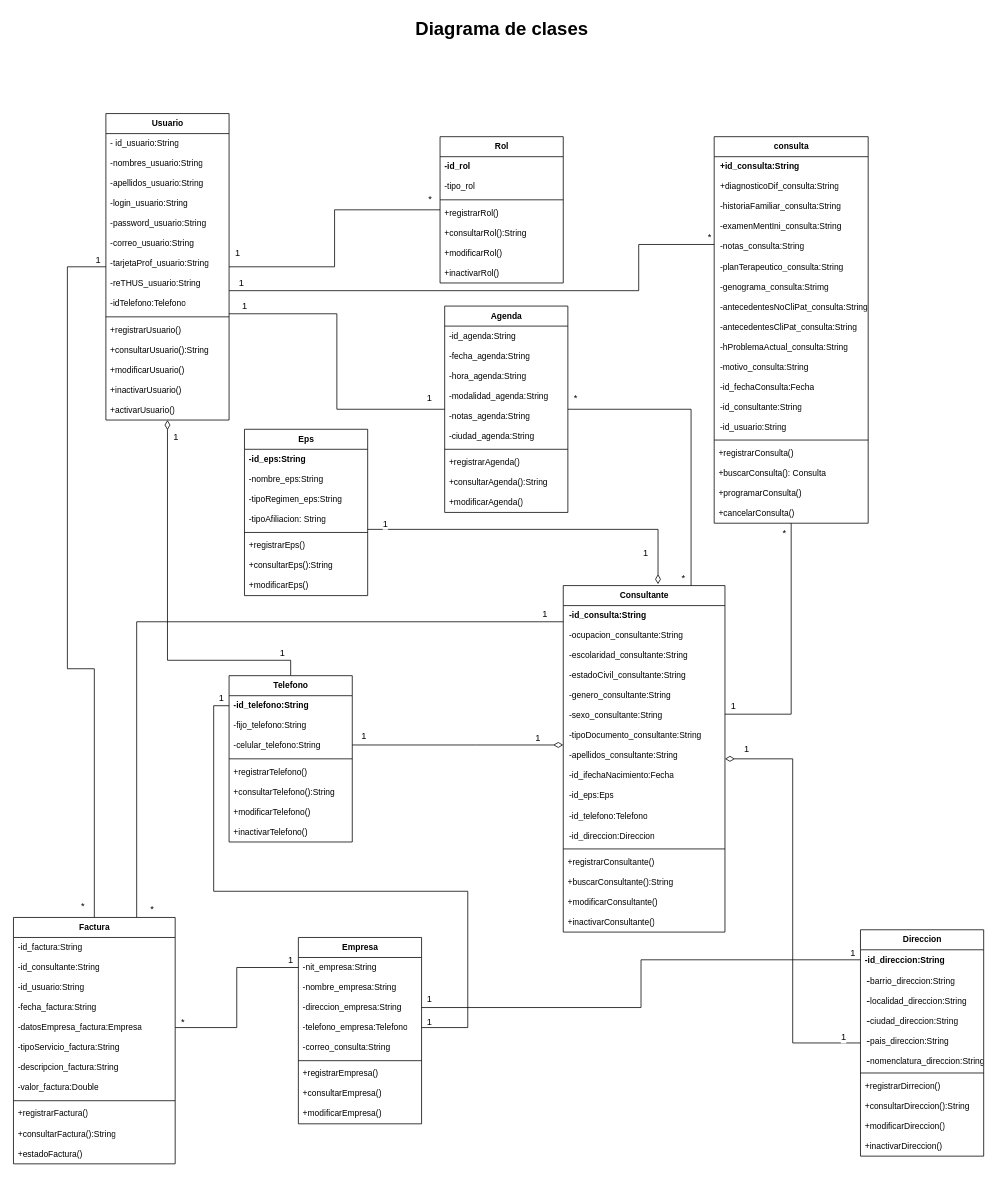
This is page "D. de Clases" (3 of 8) of Diagramas/Untitled Diagram.drawio from barloff2/Diagramas, a draw.io file, before an edit. Source tidied: cells renumbered, new cells numbered last; positions are measured from the earlier drawing's top-left corner, leaving out a move shared by most shapes. Both pictures are drawn from the tidied source at 77%, with x=0, y=0 at pixel (13, 13).
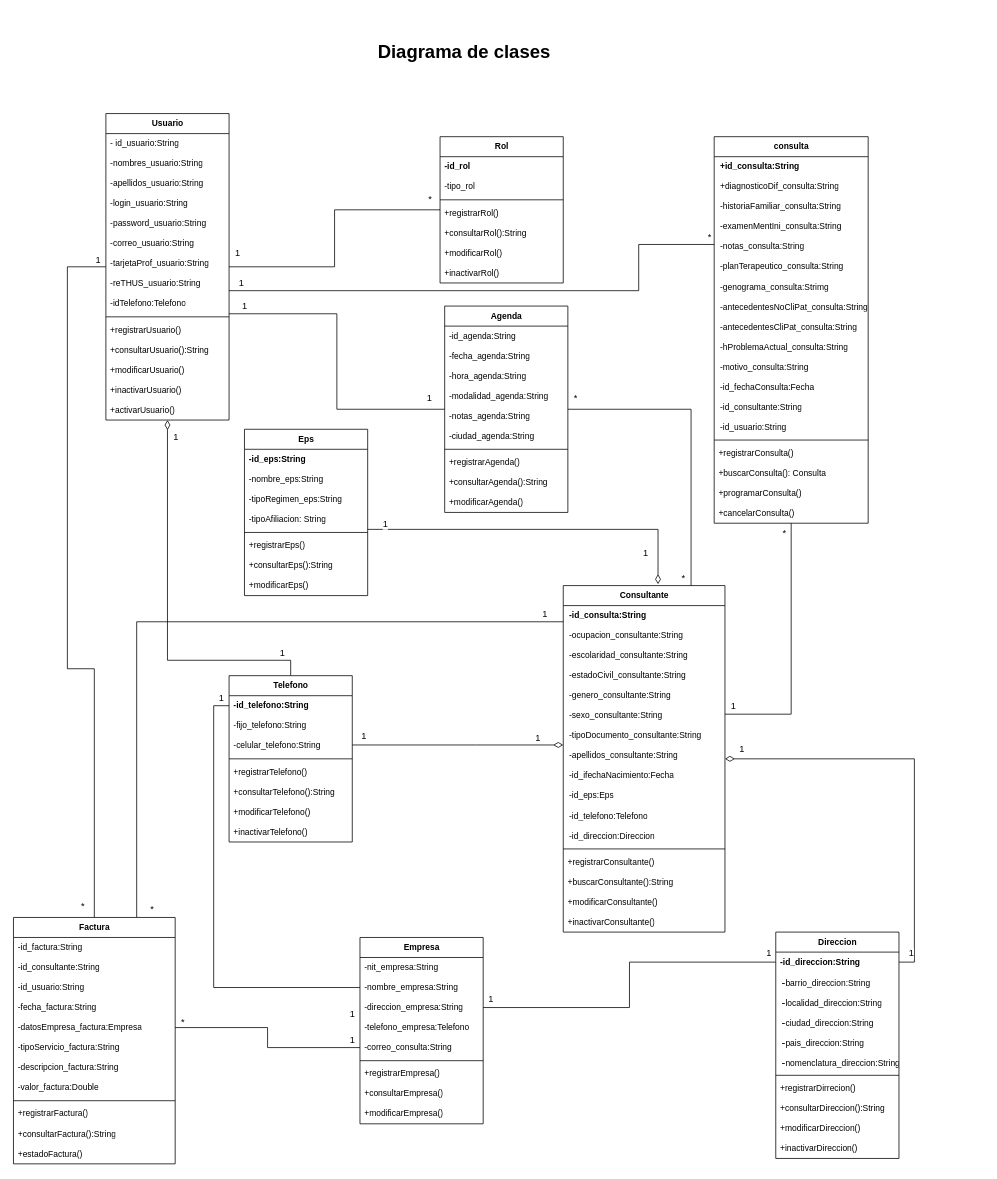
The same page after the edit.

The change refers to these unchanged cells:
```xml
<mxCell id="59" value="Consultante" style="swimlane;fontStyle=1;align=center;verticalAlign=top;horizontal=1;startSize=26;fontSize=11;html=1;" parent="1" vertex="1">
  <mxGeometry x="714" y="743" width="210" height="450" as="geometry" />
</mxCell>
<mxCell id="78" value="&lt;b&gt;-id_direccion:String&lt;/b&gt;" style="text;strokeColor=none;fillColor=none;align=left;verticalAlign=top;spacingLeft=4;spacingRight=4;overflow=hidden;points=[[0,0.5],[1,0.5]];portConstraint=eastwest;fontSize=11;html=1;" parent="77" vertex="1">
  <mxGeometry y="26" width="160" height="26" as="geometry" />
</mxCell>
<mxCell id="127" value="-datosEmpresa_factura:Empresa" style="text;strokeColor=none;fillColor=none;align=left;verticalAlign=top;spacingLeft=4;spacingRight=4;overflow=hidden;points=[[0,0.5],[1,0.5]];portConstraint=eastwest;fontSize=11;html=1;" parent="122" vertex="1">
  <mxGeometry y="130" width="210" height="26" as="geometry" />
</mxCell>
<mxCell id="136" value="-nit_empresa:String" style="text;strokeColor=none;fillColor=none;align=left;verticalAlign=top;spacingLeft=4;spacingRight=4;overflow=hidden;points=[[0,0.5],[1,0.5]];portConstraint=eastwest;fontSize=11;html=1;" parent="135" vertex="1">
  <mxGeometry y="26" width="160" height="26" as="geometry" />
</mxCell>
<mxCell id="137" value="-nombre_empresa:String" style="text;strokeColor=none;fillColor=none;align=left;verticalAlign=top;spacingLeft=4;spacingRight=4;overflow=hidden;points=[[0,0.5],[1,0.5]];portConstraint=eastwest;fontSize=11;html=1;" parent="135" vertex="1">
  <mxGeometry y="52" width="160" height="26" as="geometry" />
</mxCell>
<mxCell id="139" value="-telefono_empresa:Telefono" style="text;strokeColor=none;fillColor=none;align=left;verticalAlign=top;spacingLeft=4;spacingRight=4;overflow=hidden;points=[[0,0.5],[1,0.5]];portConstraint=eastwest;fontSize=11;html=1;" parent="135" vertex="1">
  <mxGeometry y="104" width="160" height="26" as="geometry" />
</mxCell>
<mxCell id="140" value="-correo_consulta:String" style="text;strokeColor=none;fillColor=none;align=left;verticalAlign=top;spacingLeft=4;spacingRight=4;overflow=hidden;points=[[0,0.5],[1,0.5]];portConstraint=eastwest;fontSize=11;html=1;" parent="135" vertex="1">
  <mxGeometry y="130" width="160" height="26" as="geometry" />
</mxCell>
<mxCell id="149" value="&lt;b&gt;-id_telefono:String&lt;/b&gt;" style="text;strokeColor=none;fillColor=none;align=left;verticalAlign=top;spacingLeft=4;spacingRight=4;overflow=hidden;points=[[0,0.5],[1,0.5]];portConstraint=eastwest;fontSize=11;html=1;" parent="148" vertex="1">
  <mxGeometry y="26" width="160" height="26" as="geometry" />
</mxCell>
```

What changed in the source:
```diff
@@
     <mxCell id="77" value="Direccion" style="swimlane;fontStyle=1;align=center;verticalAlign=top;horizontal=1;startSize=26;fontSize=11;html=1;" parent="1" vertex="1">
-      <mxGeometry x="1100" y="1190" width="160" height="294" as="geometry" />
+      <mxGeometry x="990" y="1193" width="160" height="294" as="geometry" />
     </mxCell>
@@
-    <mxCell id="104" style="edgeStyle=orthogonalEdgeStyle;rounded=0;jettySize=auto;html=1;endArrow=diamondThin;endFill=0;strokeWidth=1;endSize=10;startSize=10;" parent="1" edge="1" source="77" target="59">
+    <mxCell id="104" style="edgeStyle=orthogonalEdgeStyle;rounded=0;jettySize=auto;html=1;endArrow=diamondThin;endFill=0;strokeWidth=1;endSize=10;startSize=10;exitX=1;exitY=0.5;exitDx=0;exitDy=0;entryX=1;entryY=0.5;entryDx=0;entryDy=0;" parent="1" edge="1" source="78" target="59">
       <mxGeometry relative="1" as="geometry" />
     </mxCell>
@@
     <mxCell id="106" value="1" style="edgeLabel;html=1;align=center;verticalAlign=middle;fontSize=12;" parent="104" vertex="1">
       <mxGeometry x="0.9" y="1" relative="1" as="geometry">
-        <mxPoint y="-14" as="offset" />
+        <mxPoint x="-5" y="-14" as="offset" />
       </mxGeometry>
     </mxCell>
     <mxCell id="107" value="Diagrama de clases" style="text;strokeColor=none;fillColor=none;html=1;fontSize=24;fontStyle=1;verticalAlign=middle;align=center;" parent="1" vertex="1">
-      <mxGeometry x="504" width="260" height="40" as="geometry" />
+      <mxGeometry x="455" y="30" width="260" height="40" as="geometry" />
     </mxCell>
@@
     <mxCell id="135" value="Empresa" style="swimlane;fontStyle=1;align=center;verticalAlign=top;horizontal=1;startSize=26;fontSize=11;html=1;" parent="1" vertex="1">
-      <mxGeometry x="370" y="1200" width="160" height="242" as="geometry" />
+      <mxGeometry x="450" y="1200" width="160" height="242" as="geometry" />
     </mxCell>
@@
-    <mxCell id="146" style="edgeStyle=orthogonalEdgeStyle;rounded=0;jettySize=auto;html=1;entryX=0;entryY=0.5;entryDx=0;entryDy=0;startArrow=none;startFill=0;endArrow=none;endFill=0;" parent="1" edge="1" source="139" target="149">
-      <mxGeometry relative="1" as="geometry">
-        <Array as="points">
-          <mxPoint x="590" y="1317" />
-          <mxPoint x="590" y="1140" />
-          <mxPoint x="260" y="1140" />
-          <mxPoint x="260" y="899" />
-        </Array>
-      </mxGeometry>
+    <mxCell id="146" style="rounded=0;jettySize=auto;html=1;entryX=0;entryY=0.5;entryDx=0;entryDy=0;startArrow=none;startFill=0;endArrow=none;endFill=0;exitX=0;exitY=0.5;exitDx=0;exitDy=0;edgeStyle=orthogonalEdgeStyle;" parent="1" edge="1" source="137" target="149">
+      <mxGeometry relative="1" as="geometry" />
     </mxCell>
-    <mxCell id="147" style="edgeStyle=orthogonalEdgeStyle;rounded=0;jettySize=auto;html=1;startArrow=none;startFill=0;endArrow=none;endFill=0;" parent="1" edge="1" source="127" target="136">
+    <mxCell id="147" style="edgeStyle=orthogonalEdgeStyle;rounded=0;jettySize=auto;html=1;startArrow=none;startFill=0;endArrow=none;endFill=0;entryX=0;entryY=0.5;entryDx=0;entryDy=0;" parent="1" edge="1" source="127" target="140">
       <mxGeometry relative="1" as="geometry" />
     </mxCell>
@@
     <mxCell id="166" value="1" style="text;html=1;align=center;verticalAlign=middle;strokeColor=none;fillColor=none;" parent="1" vertex="1">
-      <mxGeometry x="350" y="1220" width="20" height="20" as="geometry" />
+      <mxGeometry x="430" y="1324" width="20" height="20" as="geometry" />
     </mxCell>
     <mxCell id="167" value="1" style="text;html=1;align=center;verticalAlign=middle;strokeColor=none;fillColor=none;" parent="1" vertex="1">
-      <mxGeometry x="530" y="1270" width="20" height="20" as="geometry" />
+      <mxGeometry x="610" y="1270" width="20" height="20" as="geometry" />
     </mxCell>
     <mxCell id="168" value="1" style="text;html=1;align=center;verticalAlign=middle;strokeColor=none;fillColor=none;" parent="1" vertex="1">
-      <mxGeometry x="1080" y="1210" width="20" height="20" as="geometry" />
+      <mxGeometry x="971" y="1211" width="20" height="20" as="geometry" />
     </mxCell>
@@
     <mxCell id="170" value="1" style="text;html=1;align=center;verticalAlign=middle;strokeColor=none;fillColor=none;" parent="1" vertex="1">
-      <mxGeometry x="530" y="1300" width="20" height="20" as="geometry" />
+      <mxGeometry x="430" y="1290" width="20" height="20" as="geometry" />
     </mxCell>
```
